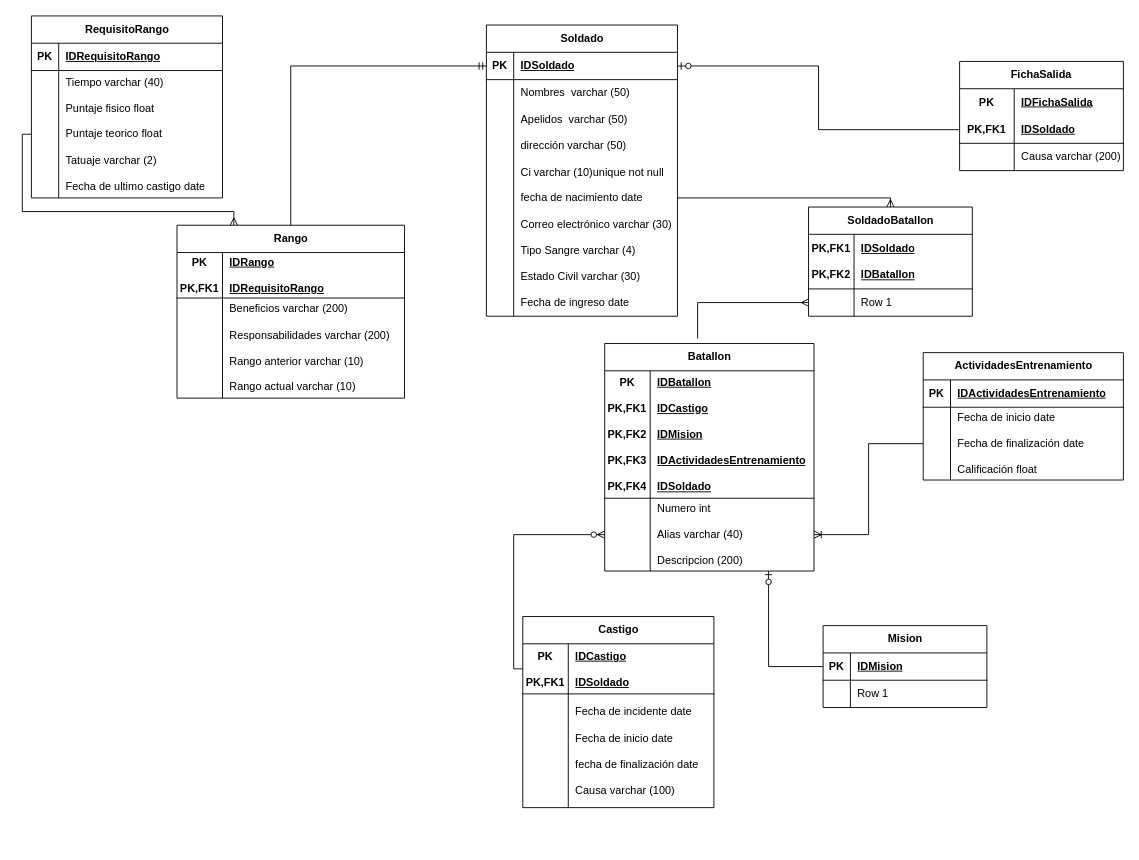
Above: Ejercito.drawio in Rafael454Gonzalez/django-portfolio-simple (draw.io), before the change. Source tidied: cells renumbered, new cells numbered last; positions are measured from the earlier drawing's top-left corner, leaving out a move shared by most shapes. Both pictures are drawn from the tidied source at 91%, with x=0, y=0 at pixel (31, 15).
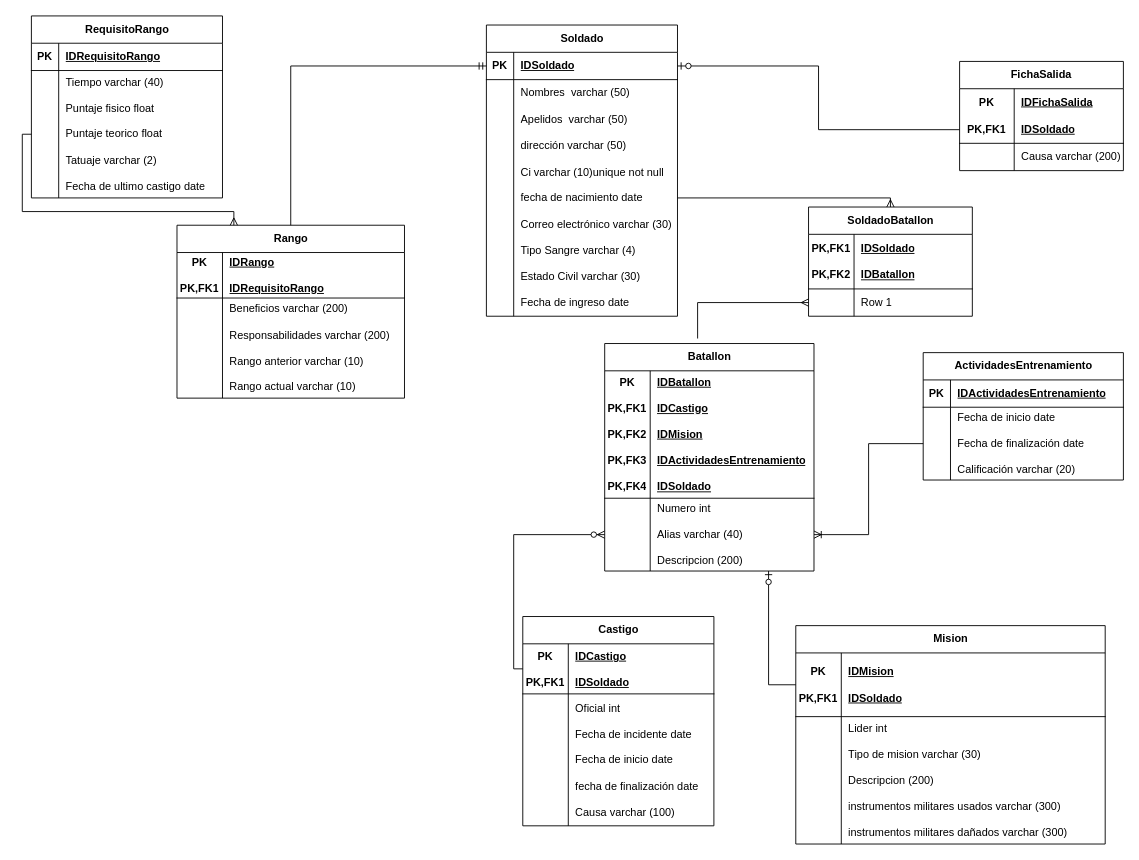
Above is the later version.

The change refers to these unchanged cells:
```xml
<mxCell id="53" style="shape=tableRow;horizontal=0;startSize=0;swimlaneHead=0;swimlaneBody=0;fillColor=none;points=[[0,0.5],[1,0.5]];portConstraint=eastwest;top=0;left=0;right=0;bottom=0;" parent="49" vertex="1">
  <mxGeometry y="60" width="220" height="80" as="geometry" />
</mxCell>
```

The edit, as a diff of the source:
```diff
@@
     <mxCell id="28" value="Castigo" style="shape=table;startSize=30;childLayout=tableLayout;rowLines=0;fontStyle=1;align=center;html=1;" parent="1" vertex="1">
-      <mxGeometry x="540" y="660" width="210" height="210" as="geometry" />
+      <mxGeometry x="540" y="660" width="210" height="230" as="geometry" />
     </mxCell>
@@
     <mxCell id="32" style="shape=tableRow;horizontal=0;startSize=0;swimlaneHead=0;swimlaneBody=0;fillColor=none;top=0;left=0;right=0;bottom=0;" parent="28" vertex="1">
-      <mxGeometry y="85" width="210" height="125" as="geometry" />
+      <mxGeometry y="85" width="210" height="145" as="geometry" />
     </mxCell>
     <mxCell id="33" style="shape=partialRectangle;fillColor=none;top=0;left=0;bottom=0;right=0;overflow=hidden;whiteSpace=wrap;html=1;" parent="32" vertex="1">
-      <mxGeometry width="50" height="125" as="geometry" />
+      <mxGeometry width="50" height="145" as="geometry" />
     </mxCell>
-    <mxCell id="34" value="Fecha de incidente date&lt;br&gt;&lt;br&gt;Fecha de inicio date&lt;br&gt;&lt;br&gt;fecha de&amp;nbsp;finalización date&lt;br&gt;&lt;br&gt;Causa varchar (100)" style="shape=partialRectangle;fillColor=none;top=0;left=0;bottom=0;right=0;align=left;spacingLeft=6;overflow=hidden;whiteSpace=wrap;html=1;" parent="32" vertex="1">
-      <mxGeometry x="50" width="160" height="125" as="geometry" />
+    <mxCell id="34" value="Oficial int&lt;br&gt;&lt;br&gt;Fecha de incidente date&lt;br&gt;&lt;br&gt;Fecha de inicio date&lt;br&gt;&lt;br&gt;fecha de&amp;nbsp;finalización date&lt;br&gt;&lt;br&gt;Causa varchar (100)" style="shape=partialRectangle;fillColor=none;top=0;left=0;bottom=0;right=0;align=left;spacingLeft=6;overflow=hidden;whiteSpace=wrap;html=1;" parent="32" vertex="1">
+      <mxGeometry x="50" width="160" height="145" as="geometry" />
     </mxCell>
@@
-    <mxCell id="55" value="Fecha de inicio date&lt;br&gt;&lt;br&gt;Fecha de&amp;nbsp;finalización date&lt;br&gt;&lt;br&gt;Calificación float&amp;nbsp;" style="shape=partialRectangle;fillColor=none;top=0;left=0;bottom=0;right=0;align=left;spacingLeft=6;overflow=hidden;whiteSpace=wrap;html=1;" parent="53" vertex="1">
+    <mxCell id="55" value="Fecha de inicio date&lt;br&gt;&lt;br&gt;Fecha de&amp;nbsp;finalización date&lt;br&gt;&lt;br&gt;Calificación varchar (20)" style="shape=partialRectangle;fillColor=none;top=0;left=0;bottom=0;right=0;align=left;spacingLeft=6;overflow=hidden;whiteSpace=wrap;html=1;" parent="53" vertex="1">
       <mxGeometry x="30" width="190" height="80" as="geometry" />
     </mxCell>
@@
     <mxCell id="60" value="Mision" style="shape=table;startSize=30;childLayout=tableLayout;rowLines=0;fontStyle=1;align=center;html=1;" parent="1" vertex="1">
-      <mxGeometry x="870" y="670" width="180" height="90" as="geometry" />
+      <mxGeometry x="840" y="670" width="340" height="240" as="geometry" />
     </mxCell>
     <mxCell id="61" style="shape=tableRow;horizontal=0;startSize=0;swimlaneHead=0;swimlaneBody=0;fillColor=none;points=[[0,0.5],[1,0.5]];portConstraint=eastwest;top=0;left=0;right=0;bottom=1;" parent="60" vertex="1">
-      <mxGeometry y="30" width="180" height="30" as="geometry" />
+      <mxGeometry y="30" width="340" height="70" as="geometry" />
     </mxCell>
-    <mxCell id="62" value="PK" style="shape=partialRectangle;fillColor=none;top=0;left=0;bottom=0;right=0;fontStyle=1;overflow=hidden;whiteSpace=wrap;html=1;" parent="61" vertex="1">
-      <mxGeometry width="30" height="30" as="geometry" />
+    <mxCell id="62" value="PK&lt;br&gt;&lt;br&gt;PK,FK1" style="shape=partialRectangle;fillColor=none;top=0;left=0;bottom=0;right=0;fontStyle=1;overflow=hidden;whiteSpace=wrap;html=1;" parent="61" vertex="1">
+      <mxGeometry width="50" height="70" as="geometry" />
     </mxCell>
-    <mxCell id="63" value="IDMision" style="shape=partialRectangle;fillColor=none;top=0;left=0;bottom=0;right=0;align=left;spacingLeft=6;fontStyle=5;overflow=hidden;whiteSpace=wrap;html=1;" parent="61" vertex="1">
-      <mxGeometry x="30" width="150" height="30" as="geometry" />
+    <mxCell id="63" value="IDMision&lt;br&gt;&lt;br&gt;IDSoldado" style="shape=partialRectangle;fillColor=none;top=0;left=0;bottom=0;right=0;align=left;spacingLeft=6;fontStyle=5;overflow=hidden;whiteSpace=wrap;html=1;" parent="61" vertex="1">
+      <mxGeometry x="50" width="290" height="70" as="geometry" />
     </mxCell>
     <mxCell id="64" style="shape=tableRow;horizontal=0;startSize=0;swimlaneHead=0;swimlaneBody=0;fillColor=none;top=0;left=0;right=0;bottom=0;" parent="60" vertex="1">
-      <mxGeometry y="60" width="180" height="30" as="geometry" />
+      <mxGeometry y="100" width="340" height="140" as="geometry" />
     </mxCell>
     <mxCell id="65" style="shape=partialRectangle;fillColor=none;top=0;left=0;bottom=0;right=0;overflow=hidden;whiteSpace=wrap;html=1;" parent="64" vertex="1">
-      <mxGeometry width="30" height="30" as="geometry" />
+      <mxGeometry width="50" height="140" as="geometry" />
     </mxCell>
-    <mxCell id="66" value="Row 1" style="shape=partialRectangle;fillColor=none;top=0;left=0;bottom=0;right=0;align=left;spacingLeft=6;overflow=hidden;whiteSpace=wrap;html=1;" parent="64" vertex="1">
-      <mxGeometry x="30" width="150" height="30" as="geometry" />
+    <mxCell id="66" value="Lider int&lt;br&gt;&lt;br&gt;Tipo de mision varchar (30)&lt;br&gt;&lt;br&gt;Descripcion (200)&lt;br&gt;&lt;br&gt;instrumentos militares usados varchar (300)&lt;br&gt;&lt;br&gt;instrumentos militares dañados varchar (300)" style="shape=partialRectangle;fillColor=none;top=0;left=0;bottom=0;right=0;align=left;spacingLeft=6;overflow=hidden;whiteSpace=wrap;html=1;" parent="64" vertex="1">
+      <mxGeometry x="50" width="290" height="140" as="geometry" />
     </mxCell>
```
